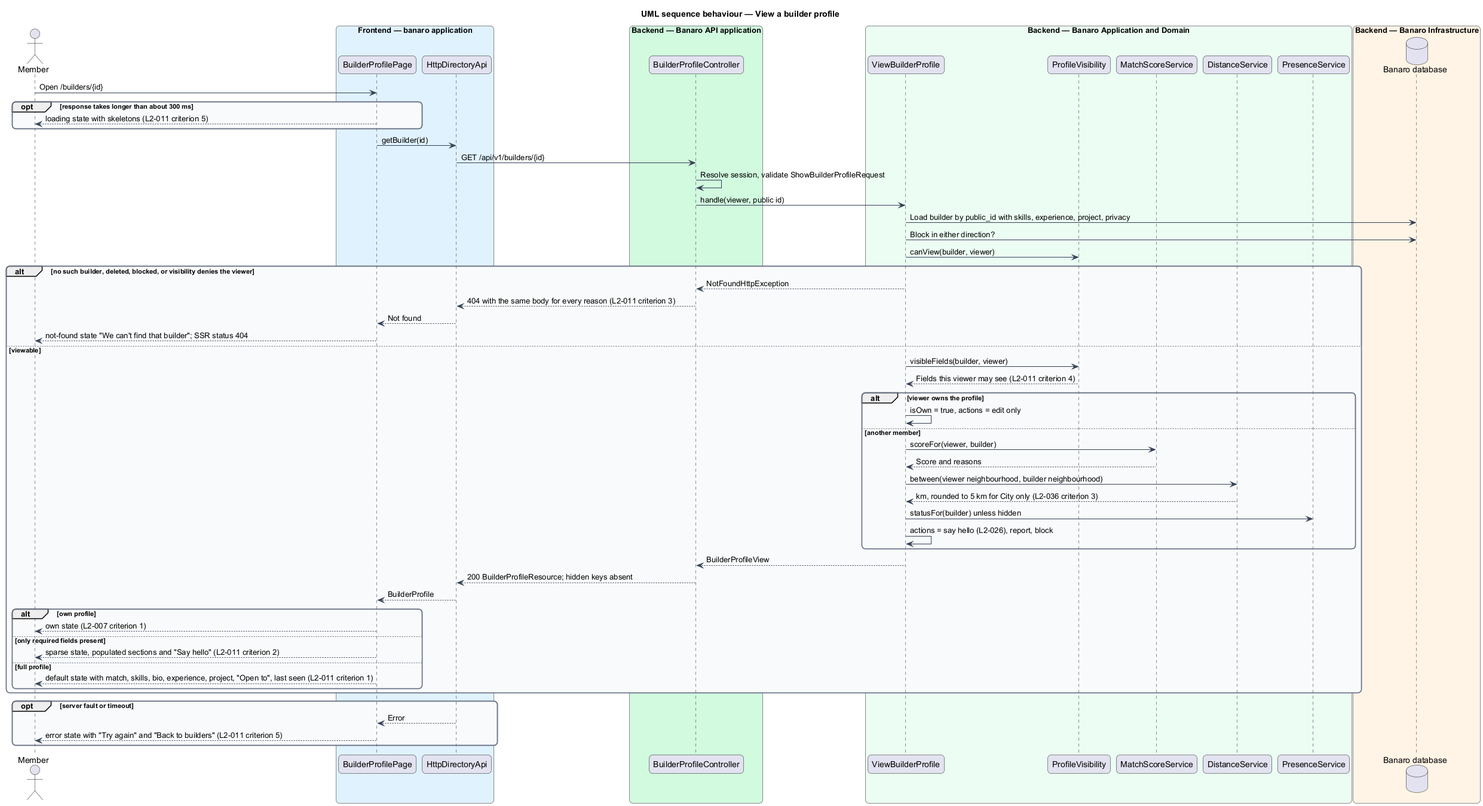
Before: docs/detailed-designs/directory/view-builder-profile/diagrams/sequence-view-profile.png, a diagram exported from PlantUML (QuinntyneBrown/banaro).
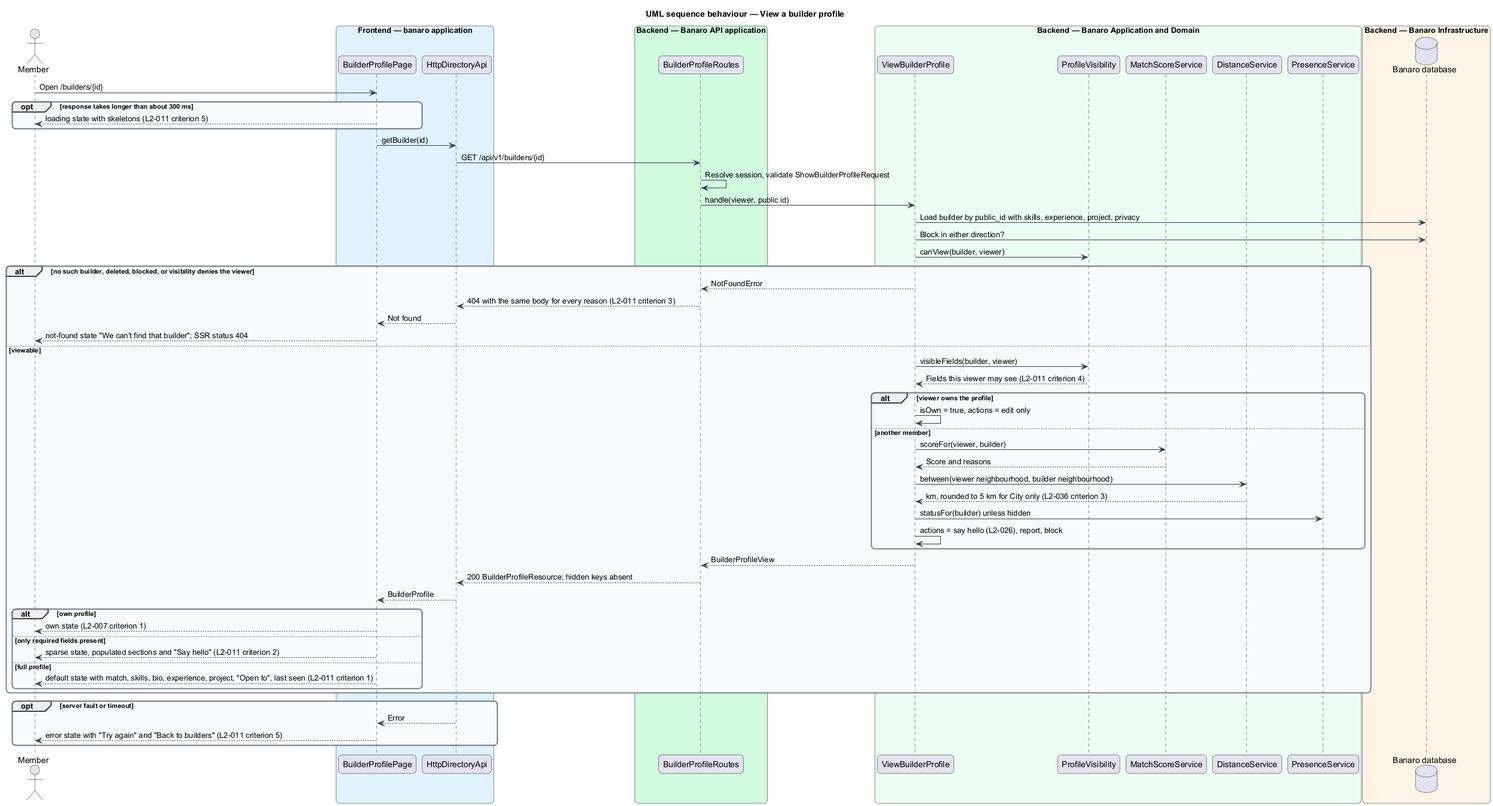
After the change.

Change to the diagram source:
```diff
@@ -20,7 +20,7 @@
   participant "HttpDirectoryApi" as client
 end box
 box "Backend — Banaro API application" #D1FADF
-  participant "BuilderProfileController" as controller
+  participant "BuilderProfileRoutes" as controller
 end box
 box "Backend — Banaro Application and Domain" #ECFDF3
   participant "ViewBuilderProfile" as action
@@ -45,7 +45,7 @@
 action -> db : Block in either direction?
 action -> visibility : canView(builder, viewer)
 alt no such builder, deleted, blocked, or visibility denies the viewer
-  action --> controller : NotFoundHttpException
+  action --> controller : NotFoundError
   controller --> client : 404 with the same body for every reason (L2-011 criterion 3)
   client --> page : Not found
   page --> actor : not-found state "We can't find that builder"; SSR status 404
```
